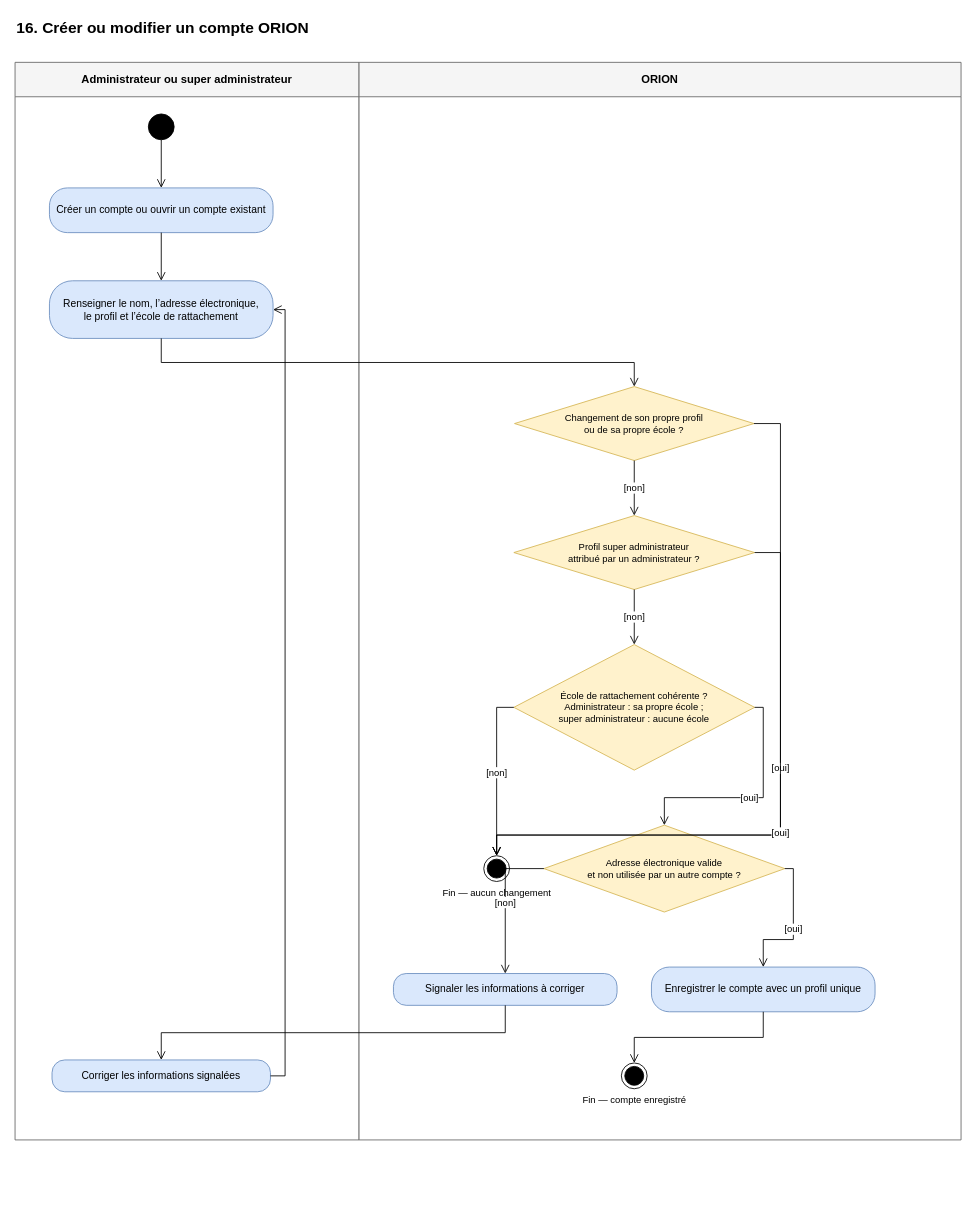
Earlier version of the draw.io diagram page "Créer ou modifier un compte ORION" (16 of 19) of docs/02-ANALYSE/02-CAPTURE-DES-BESOINS/08-DIAGRAMMES-ACTIVITE-CAS-UTILISATION.drawio (bpierrelouis/aster). Source tidied: cells renumbered, new cells numbered last; positions are measured from the earlier drawing's top-left corner, leaving out a move shared by most shapes. Both pictures are drawn from the tidied source at 86%, with x=0, y=0 at pixel (15, 15).
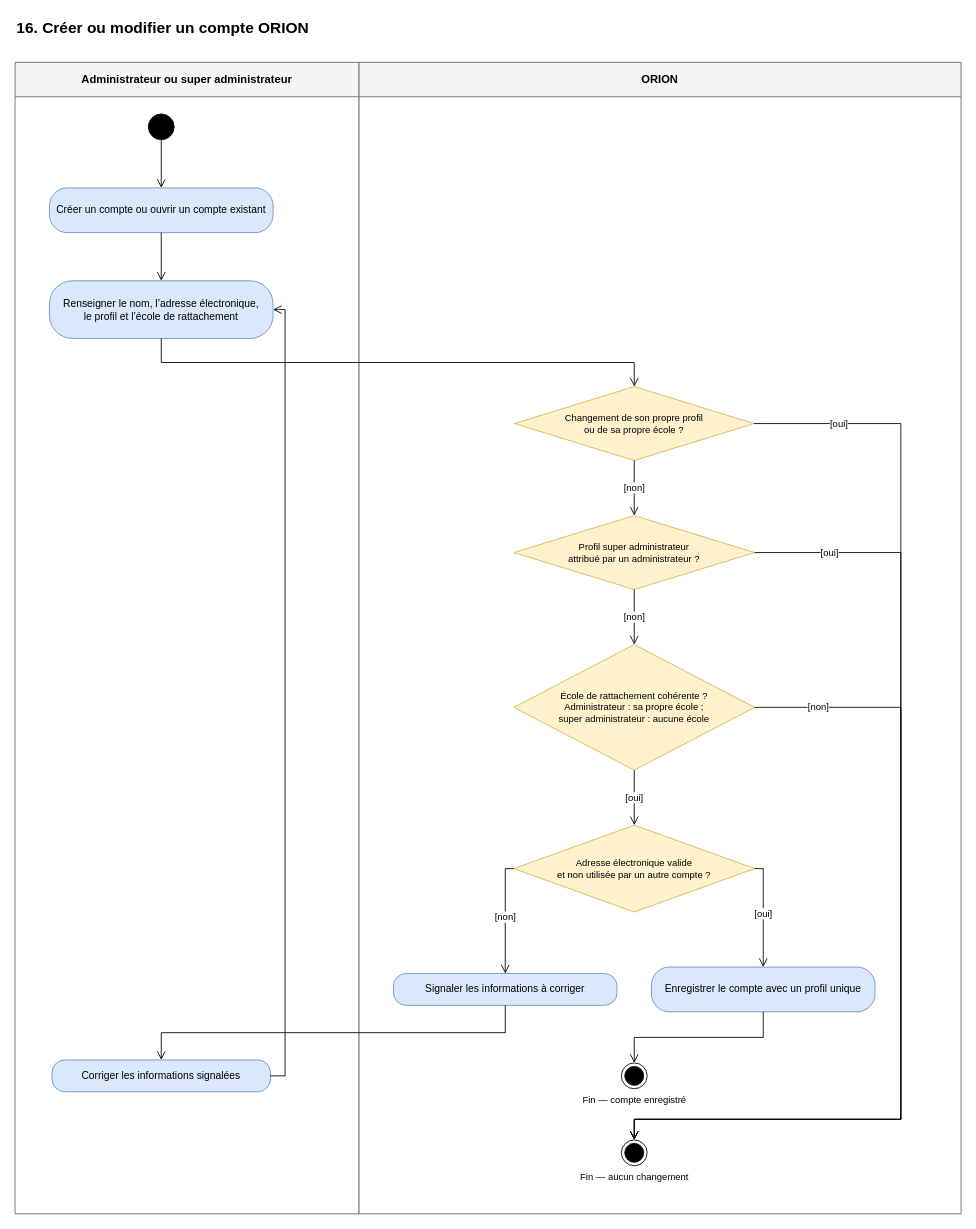
The same page after the edit.

Unchanged cells that the change refers to:
```xml
<mxCell id="11" value="Changement de son propre profil&lt;br&gt;ou de sa propre école ?" style="rhombus;whiteSpace=wrap;html=1;fontSize=11;fillColor=#fff2cc;strokeColor=#d6b656;" parent="4" vertex="1">
  <mxGeometry x="180.8" y="377" width="278.4" height="86" as="geometry" />
</mxCell>
<mxCell id="12" value="Profil super administrateur&lt;br&gt;attribué par un administrateur ?" style="rhombus;whiteSpace=wrap;html=1;fontSize=11;fillColor=#fff2cc;strokeColor=#d6b656;" parent="4" vertex="1">
  <mxGeometry x="180" y="527" width="280" height="86" as="geometry" />
</mxCell>
<mxCell id="13" value="École de rattachement cohérente ?&lt;br&gt;Administrateur : sa propre école ;&lt;br&gt;super administrateur : aucune école" style="rhombus;whiteSpace=wrap;html=1;fontSize=11;fillColor=#fff2cc;strokeColor=#d6b656;" parent="4" vertex="1">
  <mxGeometry x="180" y="677" width="280" height="146" as="geometry" />
</mxCell>
```

Diff of the diagram source:
```diff
@@
     <mxCell id="3" value="Administrateur ou super administrateur" style="swimlane;html=1;startSize=40;fontSize=13;fontStyle=1;fillColor=#f5f5f5;strokeColor=#666666;swimlaneFillColor=#ffffff;whiteSpace=wrap;" parent="1" vertex="1">
-      <mxGeometry y="55" width="400" height="1253" as="geometry" />
+      <mxGeometry y="55" width="400" height="1339" as="geometry" />
     </mxCell>
     <mxCell id="4" value="ORION" style="swimlane;html=1;startSize=40;fontSize=13;fontStyle=1;fillColor=#f5f5f5;strokeColor=#666666;swimlaneFillColor=#ffffff;whiteSpace=wrap;" parent="1" vertex="1">
-      <mxGeometry x="400" y="55" width="700" height="1253" as="geometry" />
+      <mxGeometry x="400" y="55" width="700" height="1339" as="geometry" />
     </mxCell>
@@
     <mxCell id="7" value="Fin — aucun changement" style="ellipse;html=1;shape=endState;fillColor=#000000;strokeColor=#000000;verticalLabelPosition=bottom;verticalAlign=top;fontSize=11;" parent="4" vertex="1">
-      <mxGeometry x="145" y="922.5" width="30" height="30" as="geometry" />
+      <mxGeometry x="305" y="1253" width="30" height="30" as="geometry" />
     </mxCell>
@@
     <mxCell id="14" value="Adresse électronique valide&lt;br&gt;et non utilisée par un autre compte ?" style="rhombus;whiteSpace=wrap;html=1;fontSize=11;fillColor=#fff2cc;strokeColor=#d6b656;" parent="4" vertex="1">
-      <mxGeometry x="215" y="887" width="280" height="101" as="geometry" />
+      <mxGeometry x="180" y="887" width="280" height="101" as="geometry" />
     </mxCell>
@@
     <mxCell id="20" value="[oui]" style="edgeStyle=orthogonalEdgeStyle;endArrow=open;endSize=8;html=1;rounded=0;fontSize=11;labelBackgroundColor=#ffffff;exitX=1;exitY=0.5;exitDx=0;exitDy=0;entryX=0.5;entryY=0;entryDx=0;entryDy=0;" parent="1" edge="1" source="11" target="7">
-      <mxGeometry relative="1" as="geometry">
+      <mxGeometry x="-0.85" relative="1" as="geometry">
         <Array as="points">
-          <mxPoint x="890" y="475" />
-          <mxPoint x="890" y="953.5" />
-          <mxPoint x="560" y="953.5" />
+          <mxPoint x="1030" y="475" />
+          <mxPoint x="1030" y="1284" />
+          <mxPoint x="720" y="1284" />
         </Array>
       </mxGeometry>
     </mxCell>
@@
     <mxCell id="22" value="[oui]" style="edgeStyle=orthogonalEdgeStyle;endArrow=open;endSize=8;html=1;rounded=0;fontSize=11;labelBackgroundColor=#ffffff;exitX=1;exitY=0.5;exitDx=0;exitDy=0;entryX=0.5;entryY=0;entryDx=0;entryDy=0;" parent="1" edge="1" source="12" target="7">
-      <mxGeometry relative="1" as="geometry">
+      <mxGeometry x="-0.85" relative="1" as="geometry">
         <Array as="points">
-          <mxPoint x="890" y="625" />
-          <mxPoint x="890" y="953.5" />
-          <mxPoint x="560" y="953.5" />
+          <mxPoint x="1030" y="625" />
+          <mxPoint x="1030" y="1284" />
+          <mxPoint x="720" y="1284" />
         </Array>
       </mxGeometry>
     </mxCell>
@@
-    <mxCell id="24" value="[non]" style="edgeStyle=orthogonalEdgeStyle;endArrow=open;endSize=8;html=1;rounded=0;fontSize=11;labelBackgroundColor=#ffffff;exitX=0;exitY=0.5;exitDx=0;exitDy=0;entryX=0.5;entryY=0;entryDx=0;entryDy=0;" parent="1" edge="1" source="13" target="7">
-      <mxGeometry relative="1" as="geometry" />
+    <mxCell id="24" value="[non]" style="edgeStyle=orthogonalEdgeStyle;endArrow=open;endSize=8;html=1;rounded=0;fontSize=11;labelBackgroundColor=#ffffff;exitX=1;exitY=0.5;exitDx=0;exitDy=0;entryX=0.5;entryY=0;entryDx=0;entryDy=0;" parent="1" edge="1" source="13" target="7">
+      <mxGeometry x="-0.85" relative="1" as="geometry">
+        <Array as="points">
+          <mxPoint x="1030" y="805" />
+          <mxPoint x="1030" y="1284" />
+          <mxPoint x="720" y="1284" />
+        </Array>
+      </mxGeometry>
     </mxCell>
-    <mxCell id="25" value="[oui]" style="edgeStyle=orthogonalEdgeStyle;endArrow=open;endSize=8;html=1;rounded=0;fontSize=11;labelBackgroundColor=#ffffff;exitX=1;exitY=0.5;exitDx=0;exitDy=0;entryX=0.5;entryY=0;entryDx=0;entryDy=0;" parent="1" edge="1" source="13" target="14">
+    <mxCell id="25" value="[oui]" style="edgeStyle=orthogonalEdgeStyle;endArrow=open;endSize=8;html=1;rounded=0;fontSize=11;labelBackgroundColor=#ffffff;exitX=0.5;exitY=1;exitDx=0;exitDy=0;entryX=0.5;entryY=0;entryDx=0;entryDy=0;" parent="1" edge="1" source="13" target="14">
       <mxGeometry relative="1" as="geometry" />
     </mxCell>
```
